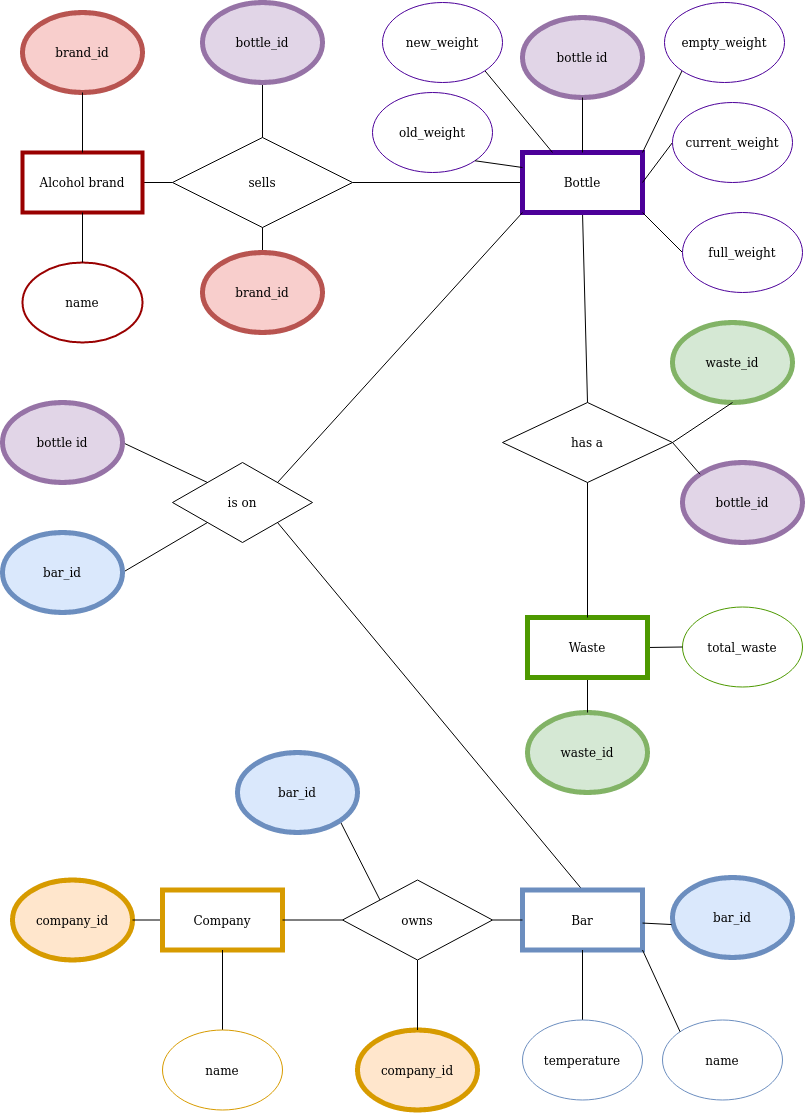
Earlier version of the draw.io export database_design/ERD_Chen_conceptual_model.png (jake4327/Fundamental_Project). Source tidied: cells renumbered, new cells last; positions are measured from the earlier drawing's top-left corner, leaving out a move shared by most shapes.
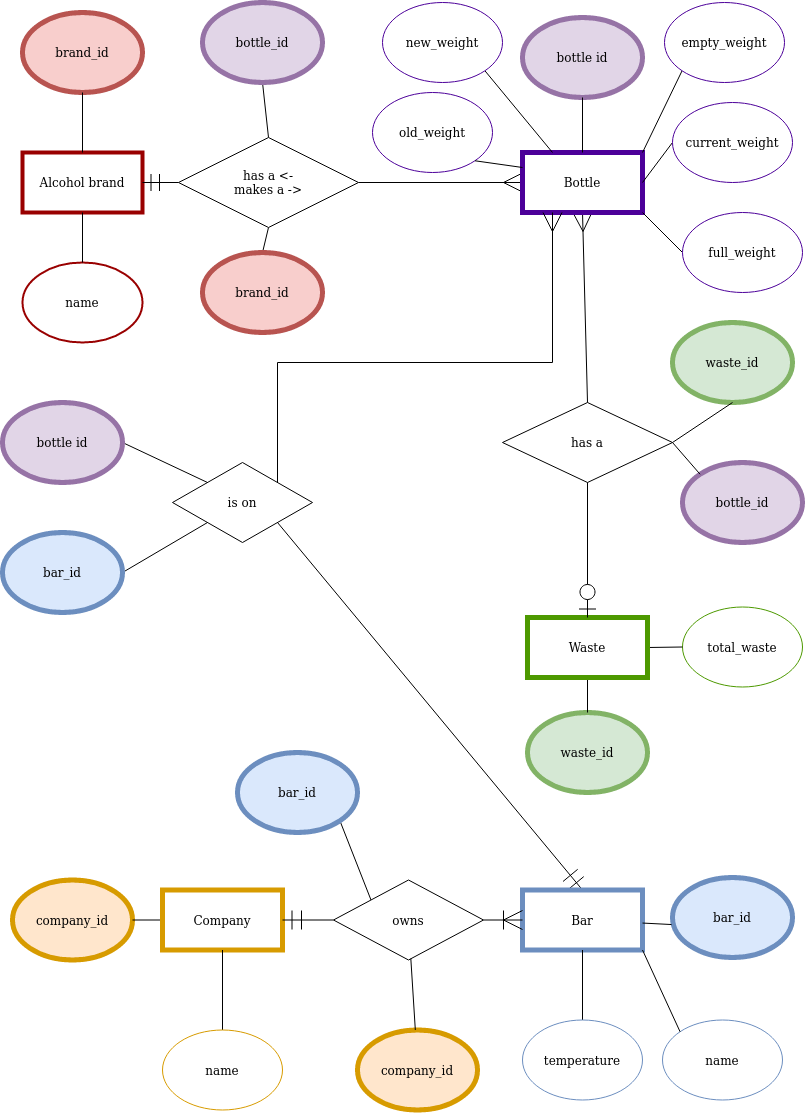
After the commit.

Commit message:
added relationships to ERD diagram

The edit, as a diff of the source:
```diff
@@ -14,15 +14,9 @@
     <mxCell id="5" value="has a" style="rhombus;whiteSpace=wrap;html=1;strokeWidth=1;" parent="4" vertex="1">
       <mxGeometry x="-25" width="170" height="80" as="geometry" />
     </mxCell>
-    <mxCell id="6" style="edgeStyle=none;rounded=0;jettySize=auto;html=1;exitX=1;exitY=0.5;exitDx=0;exitDy=0;entryX=0;entryY=0.5;entryDx=0;entryDy=0;endArrow=none;endFill=0;" parent="1" edge="1" source="7" target="36">
+    <mxCell id="6" style="edgeStyle=none;rounded=0;jettySize=auto;html=1;exitX=1;exitY=0.5;exitDx=0;exitDy=0;entryX=0;entryY=0.5;entryDx=0;entryDy=0;endArrow=ERmany;endFill=0;strokeWidth=1;endSize=17;" parent="1" edge="1" source="7" target="36">
       <mxGeometry relative="1" as="geometry" />
     </mxCell>
-    <mxCell id="7" value="sells" style="rhombus;whiteSpace=wrap;html=1;strokeWidth=1;" parent="1" vertex="1">
-      <mxGeometry x="170" y="135" width="180" height="90" as="geometry" />
-    </mxCell>
-    <mxCell id="8" style="edgeStyle=none;rounded=0;jettySize=auto;html=1;exitX=1;exitY=0.5;exitDx=0;exitDy=0;entryX=0;entryY=0.5;entryDx=0;entryDy=0;endArrow=none;endFill=0;" parent="1" edge="1" source="16" target="7">
-      <mxGeometry relative="1" as="geometry" />
-    </mxCell>
     <mxCell id="9" style="edgeStyle=none;rounded=0;jettySize=auto;html=1;exitX=0.5;exitY=1;exitDx=0;exitDy=0;entryX=0.5;entryY=0;entryDx=0;entryDy=0;endArrow=none;endFill=0;" parent="1" edge="1" source="10" target="7">
       <mxGeometry relative="1" as="geometry" />
     </mxCell>
@@ -36,7 +30,7 @@
       <mxGeometry x="200" y="250" width="120" height="80" as="geometry" />
     </mxCell>
     <mxCell id="13" style="group;" parent="1" vertex="1">
-      <mxGeometry x="266" y="10" width="280" height="210" as="geometry" />
+      <mxGeometry x="266" y="10" width="280" height="215" as="geometry" />
     </mxCell>
     <mxCell id="14" style="group;strokeWidth=5;" parent="13" vertex="1">
       <mxGeometry x="-246" width="120" height="200" as="geometry" />
@@ -50,6 +44,12 @@
     <mxCell id="17" style="edgeStyle=none;rounded=0;jettySize=auto;html=1;exitX=0.5;exitY=1;exitDx=0;exitDy=0;entryX=0.5;entryY=0;entryDx=0;entryDy=0;endArrow=none;endFill=0;" parent="14" edge="1" source="15" target="16">
       <mxGeometry relative="1" as="geometry" />
     </mxCell>
+    <mxCell id="7" value="&lt;div&gt;has a &amp;lt;-&lt;/div&gt;&lt;div&gt;makes a -&amp;gt;&lt;br&gt;&lt;/div&gt;" style="rhombus;whiteSpace=wrap;html=1;strokeWidth=1;" parent="13" vertex="1">
+      <mxGeometry x="-90" y="125" width="180" height="90" as="geometry" />
+    </mxCell>
+    <mxCell id="8" style="edgeStyle=none;rounded=0;jettySize=auto;html=1;exitX=1;exitY=0.5;exitDx=0;exitDy=0;entryX=0;entryY=0.5;entryDx=0;entryDy=0;endArrow=none;endFill=0;startArrow=ERmandOne;startFill=0;endSize=6;startSize=15;" parent="13" edge="1" source="16" target="7">
+      <mxGeometry relative="1" as="geometry" />
+    </mxCell>
     <mxCell id="18" value="total_waste" style="ellipse;whiteSpace=wrap;html=1;strokeColor=#4D9900;strokeWidth=1;" parent="1" vertex="1">
       <mxGeometry x="680" y="604.5" width="120" height="80" as="geometry" />
     </mxCell>
@@ -68,10 +68,10 @@
     <mxCell id="23" value="waste_id" style="ellipse;whiteSpace=wrap;html=1;strokeColor=#82b366;strokeWidth=5;fillColor=#d5e8d4;" parent="1" vertex="1">
       <mxGeometry x="670" y="320" width="120" height="80" as="geometry" />
     </mxCell>
-    <mxCell id="24" style="edgeStyle=none;rounded=0;jettySize=auto;html=1;exitX=0.5;exitY=1;exitDx=0;exitDy=0;entryX=0.5;entryY=0;entryDx=0;entryDy=0;endArrow=none;endFill=0;" parent="1" edge="1" source="36" target="5">
+    <mxCell id="24" style="edgeStyle=none;rounded=0;jettySize=auto;html=1;exitX=0.5;exitY=1;exitDx=0;exitDy=0;entryX=0.5;entryY=0;entryDx=0;entryDy=0;endArrow=none;endFill=0;startArrow=ERmany;startFill=0;endSize=17;startSize=17;" parent="1" edge="1" source="36" target="5">
       <mxGeometry relative="1" as="geometry" />
     </mxCell>
-    <mxCell id="25" style="edgeStyle=none;rounded=0;jettySize=auto;html=1;exitX=1;exitY=1;exitDx=0;exitDy=0;entryX=0.5;entryY=0;entryDx=0;entryDy=0;endArrow=none;endFill=0;" parent="1" edge="1" source="26" target="55">
+    <mxCell id="25" style="edgeStyle=none;rounded=0;jettySize=auto;html=1;exitX=1;exitY=1;exitDx=0;exitDy=0;entryX=0.5;entryY=0;entryDx=0;entryDy=0;endArrow=ERmandOne;endFill=0;startArrow=none;startFill=0;startSize=17;endSize=17;targetPerimeterSpacing=10;sourcePerimeterSpacing=10;strokeWidth=1;jumpSize=6;jumpStyle=none;" parent="1" edge="1" source="26" target="55">
       <mxGeometry relative="1" as="geometry" />
     </mxCell>
     <mxCell id="26" value="is on" style="rhombus;whiteSpace=wrap;html=1;strokeColor=#000000;strokeWidth=1;" parent="1" vertex="1">
@@ -90,13 +90,13 @@
       <mxGeometry y="530" width="120" height="80" as="geometry" />
     </mxCell>
     <mxCell id="31" style="group;" parent="1" vertex="1">
-      <mxGeometry x="370" width="430" height="290" as="geometry" />
+      <mxGeometry x="370" width="430" height="528.8" as="geometry" />
     </mxCell>
     <mxCell id="32" value="old_weight" style="ellipse;whiteSpace=wrap;html=1;strokeColor=#4C0099;strokeWidth=1;" parent="31" vertex="1">
       <mxGeometry y="90" width="120" height="80" as="geometry" />
     </mxCell>
     <mxCell id="33" style="group;" parent="31" vertex="1">
-      <mxGeometry x="10" width="420" height="290" as="geometry" />
+      <mxGeometry x="10" width="420" height="528.8" as="geometry" />
     </mxCell>
     <mxCell id="34" style="group;strokeWidth=5;" parent="33" vertex="1">
       <mxGeometry x="140" y="15" width="120" height="195" as="geometry" />
@@ -146,7 +146,7 @@
     <mxCell id="49" value="Waste" style="rounded=0;whiteSpace=wrap;html=1;strokeColor=#4D9900;strokeWidth=5;" parent="1" vertex="1">
       <mxGeometry x="525" y="615" width="120" height="60" as="geometry" />
     </mxCell>
-    <mxCell id="50" style="edgeStyle=none;rounded=0;jettySize=auto;html=1;exitX=0.5;exitY=1;exitDx=0;exitDy=0;entryX=0.5;entryY=0;entryDx=0;entryDy=0;endArrow=none;endFill=0;" parent="1" edge="1" source="5" target="49">
+    <mxCell id="50" style="edgeStyle=none;rounded=0;jettySize=auto;html=1;exitX=0.5;exitY=1;exitDx=0;exitDy=0;entryX=0.5;entryY=0;entryDx=0;entryDy=0;endArrow=ERzeroToOne;endFill=1;endSize=15;" parent="1" edge="1" source="5" target="49">
       <mxGeometry relative="1" as="geometry" />
     </mxCell>
     <mxCell id="51" style="edgeStyle=none;rounded=0;jettySize=auto;html=1;exitX=1;exitY=0.5;exitDx=0;exitDy=0;endArrow=none;endFill=0;" parent="1" edge="1" source="3" target="54">
@@ -171,9 +171,9 @@
       <mxGeometry x="520" y="1017.5" width="120" height="80" as="geometry" />
     </mxCell>
     <mxCell id="58" value="owns" style="rhombus;whiteSpace=wrap;html=1;strokeWidth=1;" parent="1" vertex="1">
-      <mxGeometry x="340" y="877.5" width="150" height="80" as="geometry" />
+      <mxGeometry x="331" y="877.5" width="150" height="80" as="geometry" />
     </mxCell>
-    <mxCell id="59" style="edgeStyle=none;rounded=0;jettySize=auto;html=1;exitX=1;exitY=0.5;exitDx=0;exitDy=0;entryX=0;entryY=0.5;entryDx=0;entryDy=0;endArrow=none;endFill=0;" parent="1" edge="1" source="58" target="55">
+    <mxCell id="59" style="edgeStyle=none;rounded=0;jettySize=auto;html=1;exitX=1;exitY=0.5;exitDx=0;exitDy=0;entryX=0;entryY=0.5;entryDx=0;entryDy=0;endArrow=ERoneToMany;endFill=0;startSize=13;endSize=17;" parent="1" edge="1" source="58" target="55">
       <mxGeometry relative="1" as="geometry" />
     </mxCell>
     <mxCell id="60" value="company_id" style="ellipse;whiteSpace=wrap;html=1;fillColor=#ffe6cc;strokeColor=#d79b00;strokeWidth=5;" parent="1" vertex="1">
@@ -200,17 +200,22 @@
     <mxCell id="67" value="name" style="ellipse;whiteSpace=wrap;html=1;strokeColor=#D79B00;strokeWidth=1;" parent="1" vertex="1">
       <mxGeometry x="160" y="1027.5" width="120" height="80" as="geometry" />
     </mxCell>
-    <mxCell id="68" style="edgeStyle=none;rounded=0;jettySize=auto;html=1;exitX=1;exitY=0.5;exitDx=0;exitDy=0;entryX=0;entryY=0.5;entryDx=0;entryDy=0;endArrow=none;endFill=0;" parent="1" edge="1" source="54" target="58">
+    <mxCell id="68" style="edgeStyle=none;rounded=0;jettySize=auto;html=1;exitX=1;exitY=0.5;exitDx=0;exitDy=0;entryX=0;entryY=0.5;entryDx=0;entryDy=0;endArrow=none;endFill=0;startArrow=ERmandOne;startFill=0;startSize=17;" parent="1" edge="1" source="54" target="58">
       <mxGeometry relative="1" as="geometry" />
     </mxCell>
-    <mxCell id="69" style="edgeStyle=none;rounded=0;jettySize=auto;html=1;exitX=0;exitY=1;exitDx=0;exitDy=0;entryX=1;entryY=0;entryDx=0;entryDy=0;endArrow=none;endFill=0;" parent="1" edge="1" source="36" target="26">
-      <mxGeometry relative="1" as="geometry" />
-    </mxCell>
     <mxCell id="70" style="edgeStyle=none;rounded=0;jettySize=auto;html=1;exitX=1;exitY=0.5;exitDx=0;exitDy=0;entryX=0.5;entryY=1;entryDx=0;entryDy=0;endArrow=none;endFill=0;" parent="1" edge="1" source="5" target="23">
       <mxGeometry relative="1" as="geometry" />
     </mxCell>
     <mxCell id="71" style="edgeStyle=none;rounded=0;jettySize=auto;html=1;exitX=1;exitY=0.5;exitDx=0;exitDy=0;entryX=0;entryY=0;entryDx=0;entryDy=0;endArrow=none;endFill=0;" parent="1" edge="1" source="5" target="22">
       <mxGeometry relative="1" as="geometry" />
     </mxCell>
+    <mxCell id="69" style="edgeStyle=orthogonalEdgeStyle;rounded=0;jumpStyle=none;jumpSize=6;jettySize=auto;html=1;exitX=0.25;exitY=1;exitDx=0;exitDy=0;entryX=1;entryY=0;entryDx=0;entryDy=0;startArrow=ERmany;startFill=0;startSize=17;sourcePerimeterSpacing=10;endArrow=none;endFill=0;endSize=17;targetPerimeterSpacing=10;strokeWidth=1;" parent="1" edge="1" source="36" target="26">
+      <mxGeometry relative="1" as="geometry">
+        <Array as="points">
+          <mxPoint x="550" y="360" />
+          <mxPoint x="275" y="360" />
+        </Array>
+      </mxGeometry>
+    </mxCell>
   </root>
 </mxGraphModel>
```
